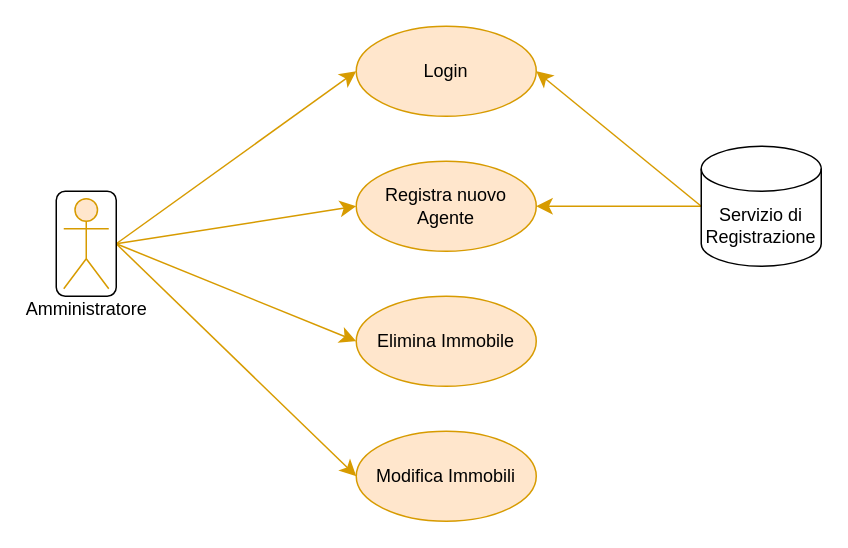
Before: diagrammi/UseCase-compratore.drawio in Sperob98/Documentazione-DietiEstates25, a draw.io diagram. Source tidied: cells renumbered, new cells numbered last; positions are measured from the earlier drawing's top-left corner, leaving out a move shared by most shapes. Both pictures are drawn from the tidied source at 150%, with x=0, y=0 at pixel (56, 26).
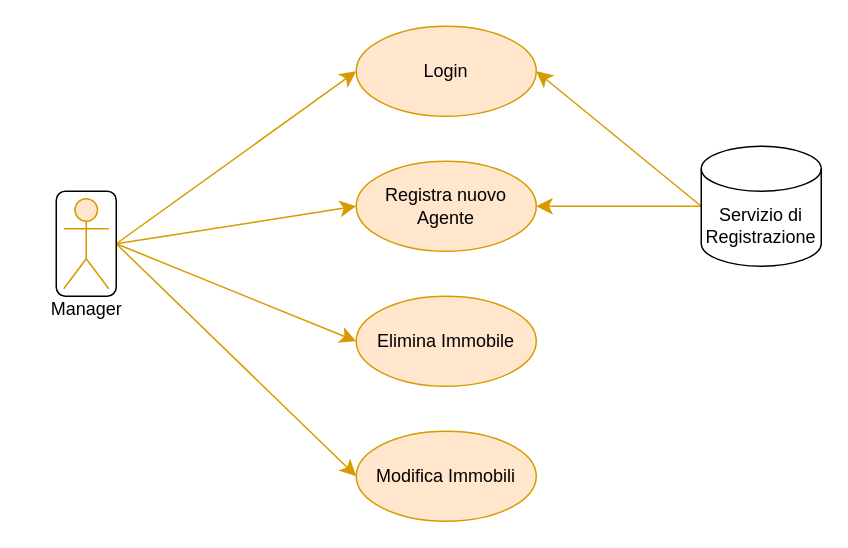
The same page after the edit.

What changed in the source:
```diff
@@
 <mxGraphModel>
   <root>
     <mxCell id="0" />
     <mxCell id="1" parent="0" />
     <mxCell id="2" style="edgeStyle=none;curved=1;rounded=0;jettySize=auto;html=1;exitX=1;exitY=0.5;exitDx=0;exitDy=0;entryX=0;entryY=0.5;entryDx=0;entryDy=0;fontSize=12;startSize=8;endSize=8;fillColor=#ffe6cc;strokeColor=#d79b00;" parent="1" edge="1" source="13" target="5">
       <mxGeometry relative="1" as="geometry" />
     </mxCell>
     <mxCell id="3" style="edgeStyle=none;curved=1;rounded=0;jettySize=auto;html=1;exitX=1;exitY=0.5;exitDx=0;exitDy=0;entryX=0;entryY=0.5;entryDx=0;entryDy=0;fontSize=12;startSize=8;endSize=8;fillColor=#ffe6cc;strokeColor=#d79b00;" parent="1" edge="1" source="13" target="6">
       <mxGeometry relative="1" as="geometry" />
     </mxCell>
     <mxCell id="4" style="edgeStyle=none;curved=1;rounded=0;jettySize=auto;html=1;exitX=1;exitY=0.5;exitDx=0;exitDy=0;entryX=0;entryY=0.5;entryDx=0;entryDy=0;fontSize=12;startSize=8;endSize=8;fillColor=#ffe6cc;strokeColor=#d79b00;" parent="1" edge="1" source="13" target="8">
       <mxGeometry relative="1" as="geometry" />
     </mxCell>
     <mxCell id="5" value="Registra nuovo Agente" style="ellipse;whiteSpace=wrap;html=1;rounded=0;fillColor=#ffe6cc;strokeColor=#d79b00;" parent="1" vertex="1">
       <mxGeometry x="200" y="90" width="120" height="60" as="geometry" />
     </mxCell>
     <mxCell id="6" value="Login" style="ellipse;whiteSpace=wrap;html=1;rounded=0;fillColor=#ffe6cc;strokeColor=#d79b00;" parent="1" vertex="1">
       <mxGeometry x="200" width="120" height="60" as="geometry" />
     </mxCell>
     <mxCell id="7" value="Elimina Immobile" style="ellipse;whiteSpace=wrap;html=1;rounded=0;fillColor=#ffe6cc;strokeColor=#d79b00;" parent="1" vertex="1">
       <mxGeometry x="200" y="180" width="120" height="60" as="geometry" />
     </mxCell>
     <mxCell id="8" value="Modifica Immobili" style="ellipse;whiteSpace=wrap;html=1;rounded=0;fillColor=#ffe6cc;strokeColor=#d79b00;" parent="1" vertex="1">
       <mxGeometry x="200" y="270" width="120" height="60" as="geometry" />
     </mxCell>
     <mxCell id="9" style="edgeStyle=none;curved=1;rounded=0;jettySize=auto;html=1;exitX=0;exitY=0.5;exitDx=0;exitDy=0;exitPerimeter=0;entryX=1;entryY=0.5;entryDx=0;entryDy=0;fontSize=12;startSize=8;endSize=8;fillColor=#ffe6cc;strokeColor=#d79b00;" parent="1" edge="1" source="11" target="5">
       <mxGeometry relative="1" as="geometry" />
     </mxCell>
     <mxCell id="10" style="edgeStyle=none;curved=1;rounded=0;jettySize=auto;html=1;exitX=0;exitY=0.5;exitDx=0;exitDy=0;exitPerimeter=0;entryX=1;entryY=0.5;entryDx=0;entryDy=0;fontSize=12;startSize=8;endSize=8;fillColor=#ffe6cc;strokeColor=#d79b00;" parent="1" edge="1" source="11" target="6">
       <mxGeometry relative="1" as="geometry" />
     </mxCell>
     <mxCell id="11" value="Servizio di Registrazione" style="shape=cylinder3;whiteSpace=wrap;html=1;boundedLbl=1;backgroundOutline=1;size=15;rounded=0;" parent="1" vertex="1">
       <mxGeometry x="430" y="80" width="80" height="80" as="geometry" />
     </mxCell>
     <mxCell id="12" style="edgeStyle=none;curved=1;rounded=0;jettySize=auto;html=1;exitX=1;exitY=0.5;exitDx=0;exitDy=0;fontSize=12;startSize=8;endSize=8;entryX=0;entryY=0.5;entryDx=0;entryDy=0;fillColor=#ffe6cc;strokeColor=#d79b00;" parent="1" edge="1" source="13" target="7">
       <mxGeometry relative="1" as="geometry" />
     </mxCell>
     <mxCell id="13" style="rounded=1;whiteSpace=wrap;html=1;" parent="1" vertex="1">
       <mxGeometry y="110" width="40" height="70" as="geometry" />
     </mxCell>
-    <mxCell id="14" value="Amministratore" style="shape=umlActor;verticalLabelPosition=bottom;verticalAlign=top;html=1;rounded=0;fillColor=#ffe6cc;strokeColor=#d79b00;" parent="1" vertex="1">
+    <mxCell id="14" value="Manager" style="shape=umlActor;verticalLabelPosition=bottom;verticalAlign=top;html=1;rounded=0;fillColor=#ffe6cc;strokeColor=#d79b00;" parent="1" vertex="1">
       <mxGeometry x="5" y="115" width="30" height="60" as="geometry" />
     </mxCell>
   </root>
 </mxGraphModel>
```
